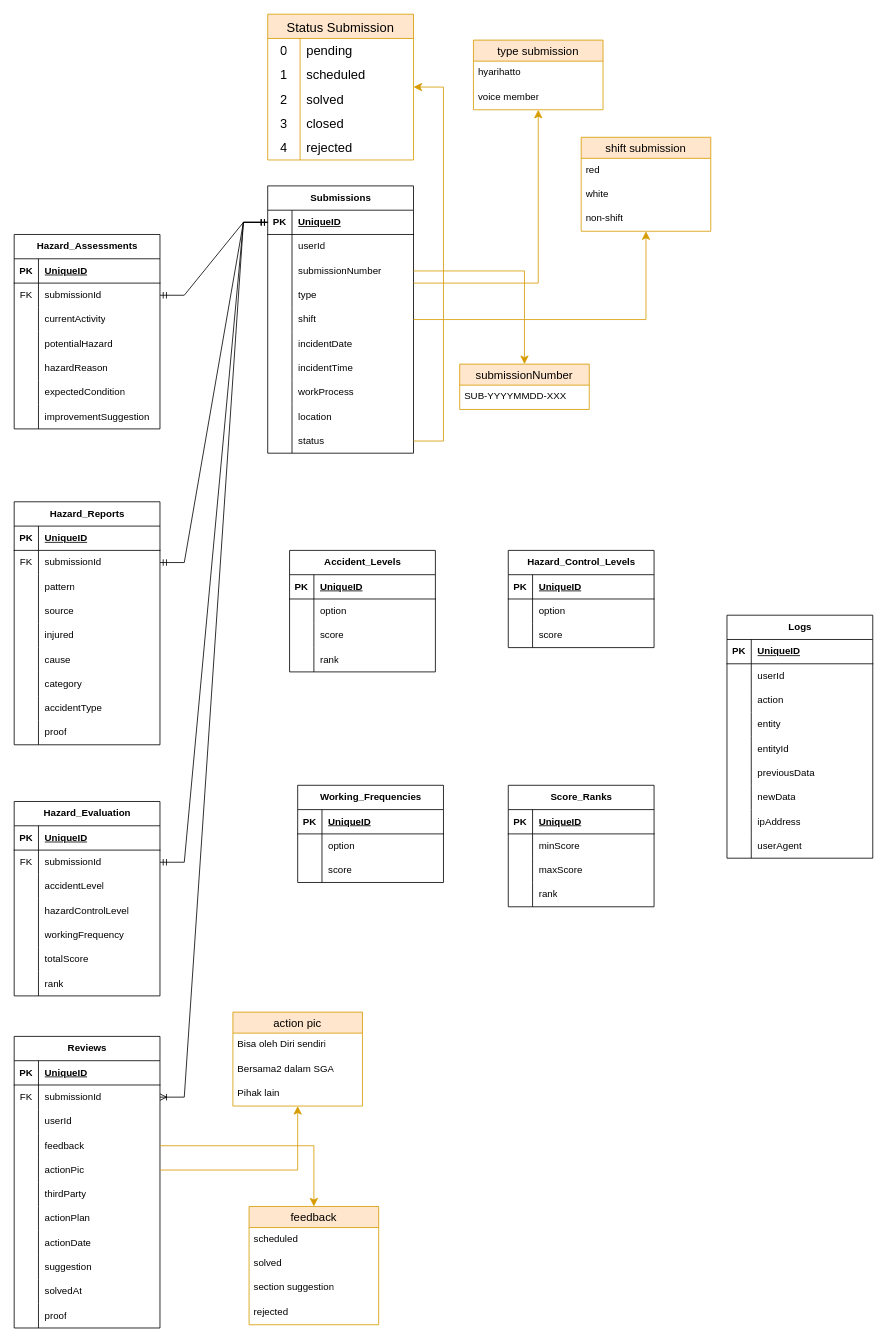
The draw.io diagram page "ERD" (2 of 2) of sys_design/Flow_ERD.drawio in bagususwanto/think-forward, before the edit. Source tidied: cells renumbered, new cells numbered last; positions are measured from the earlier drawing's top-left corner, leaving out a move shared by most shapes. Both pictures are drawn from the tidied source at 81%, with x=0, y=0 at pixel (14, 14).
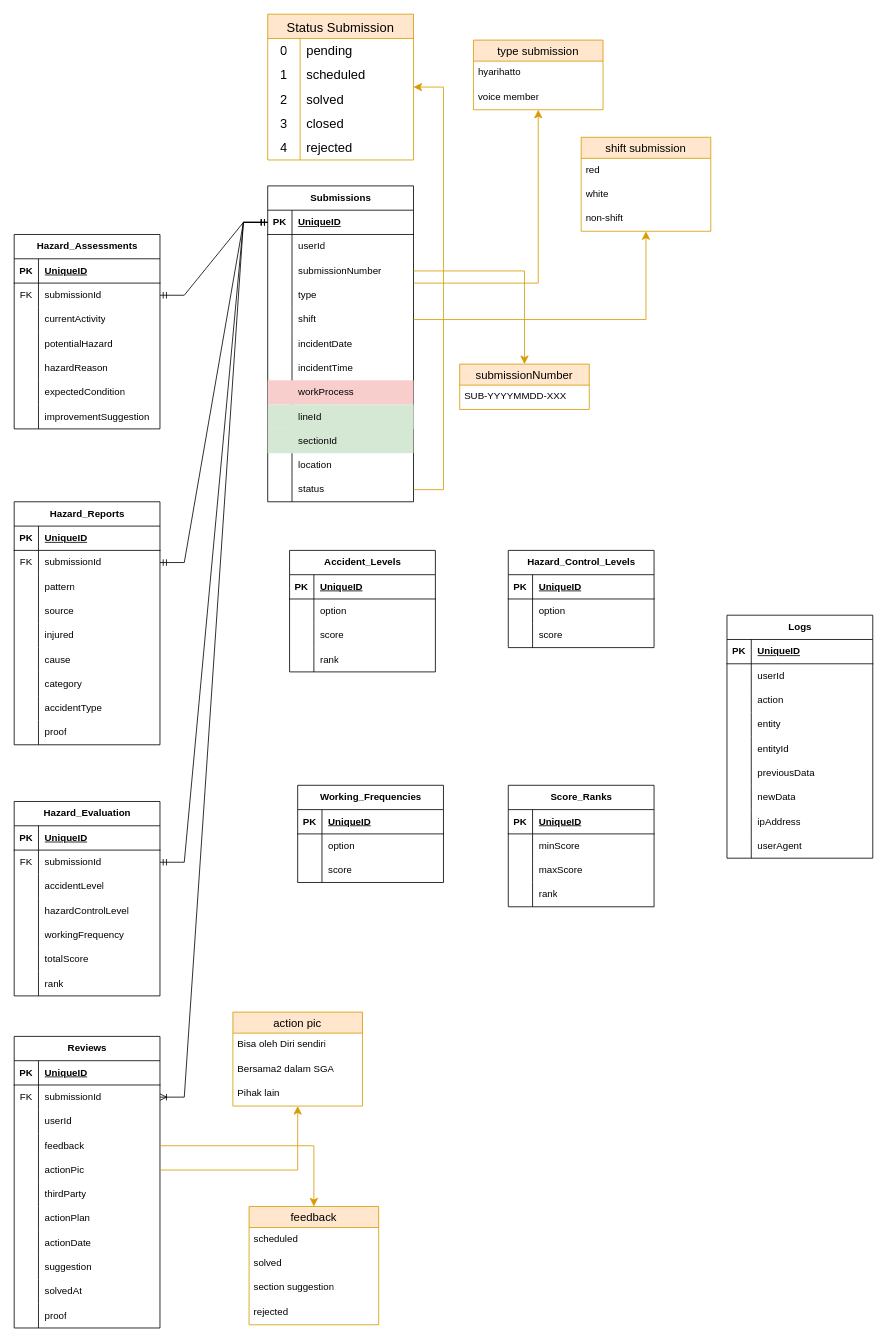
Above is the later version.

Change to the diagram source:
```diff
@@
     <mxCell id="2" value="Submissions" style="shape=table;startSize=30;childLayout=tableLayout;rowLines=0;fontStyle=1;align=center;html=1;" parent="1" vertex="1">
-      <mxGeometry x="313" y="212" width="180" height="330" as="geometry" />
+      <mxGeometry x="313" y="212" width="180" height="390" as="geometry" />
     </mxCell>
@@
-    <mxCell id="24" style="shape=tableRow;horizontal=0;startSize=0;swimlaneHead=0;swimlaneBody=0;fillColor=none;top=0;left=0;right=0;bottom=0;" parent="2" vertex="1">
+    <mxCell id="24" style="shape=tableRow;horizontal=0;startSize=0;swimlaneHead=0;swimlaneBody=0;fillColor=#f8cecc;top=0;left=0;right=0;bottom=0;strokeColor=#b85450;" parent="2" vertex="1">
       <mxGeometry y="240" width="180" height="30" as="geometry" />
     </mxCell>
@@
+    <mxCell id="257" style="shape=tableRow;horizontal=0;startSize=0;swimlaneHead=0;swimlaneBody=0;fillColor=#d5e8d4;top=0;left=0;right=0;bottom=0;strokeColor=#82b366;" parent="2" vertex="1">
+      <mxGeometry y="270" width="180" height="30" as="geometry" />
+    </mxCell>
+    <mxCell id="258" style="shape=partialRectangle;fillColor=none;top=0;left=0;bottom=0;right=0;overflow=hidden;whiteSpace=wrap;html=1;" parent="257" vertex="1">
+      <mxGeometry width="30" height="30" as="geometry" />
+    </mxCell>
+    <mxCell id="259" value="lineId" style="shape=partialRectangle;fillColor=#d5e8d4;top=0;left=0;bottom=0;right=0;align=left;spacingLeft=6;overflow=hidden;whiteSpace=wrap;html=1;strokeColor=#82b366;" parent="257" vertex="1">
+      <mxGeometry x="30" width="150" height="30" as="geometry" />
+    </mxCell>
+    <mxCell id="260" style="shape=tableRow;horizontal=0;startSize=0;swimlaneHead=0;swimlaneBody=0;fillColor=#d5e8d4;top=0;left=0;right=0;bottom=0;strokeColor=#82b366;" parent="2" vertex="1">
+      <mxGeometry y="300" width="180" height="30" as="geometry" />
+    </mxCell>
+    <mxCell id="261" style="shape=partialRectangle;fillColor=none;top=0;left=0;bottom=0;right=0;overflow=hidden;whiteSpace=wrap;html=1;" parent="260" vertex="1">
+      <mxGeometry width="30" height="30" as="geometry" />
+    </mxCell>
+    <mxCell id="262" value="sectionId" style="shape=partialRectangle;fillColor=none;top=0;left=0;bottom=0;right=0;align=left;spacingLeft=6;overflow=hidden;whiteSpace=wrap;html=1;" parent="260" vertex="1">
+      <mxGeometry x="30" width="150" height="30" as="geometry" />
+    </mxCell>
     <mxCell id="27" style="shape=tableRow;horizontal=0;startSize=0;swimlaneHead=0;swimlaneBody=0;fillColor=none;top=0;left=0;right=0;bottom=0;" parent="2" vertex="1">
-      <mxGeometry y="270" width="180" height="30" as="geometry" />
+      <mxGeometry y="330" width="180" height="30" as="geometry" />
     </mxCell>
@@
     <mxCell id="30" style="shape=tableRow;horizontal=0;startSize=0;swimlaneHead=0;swimlaneBody=0;fillColor=none;points=[[0,0.5],[1,0.5]];portConstraint=eastwest;top=0;left=0;right=0;bottom=0;" parent="2" vertex="1">
-      <mxGeometry y="300" width="180" height="30" as="geometry" />
+      <mxGeometry y="360" width="180" height="30" as="geometry" />
     </mxCell>
```
